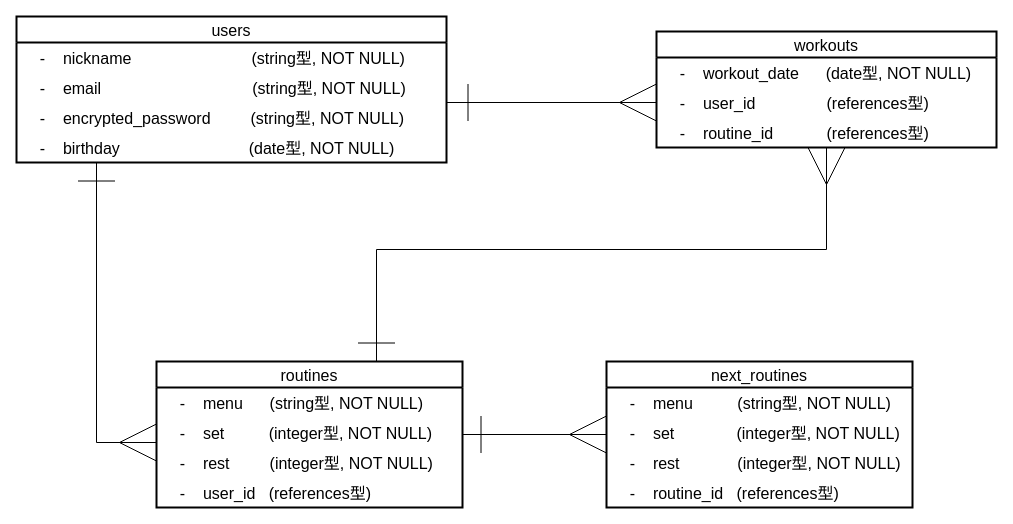
The draw.io diagram ERgraph.dio in Morlley/muscle-time-keeper, before the edit. Source tidied: cells renumbered, new cells numbered last; positions are measured from the earlier drawing's top-left corner, leaving out a move shared by most shapes. Both pictures are drawn from the tidied source at 100%, with x=0, y=0 at pixel (16, 16).
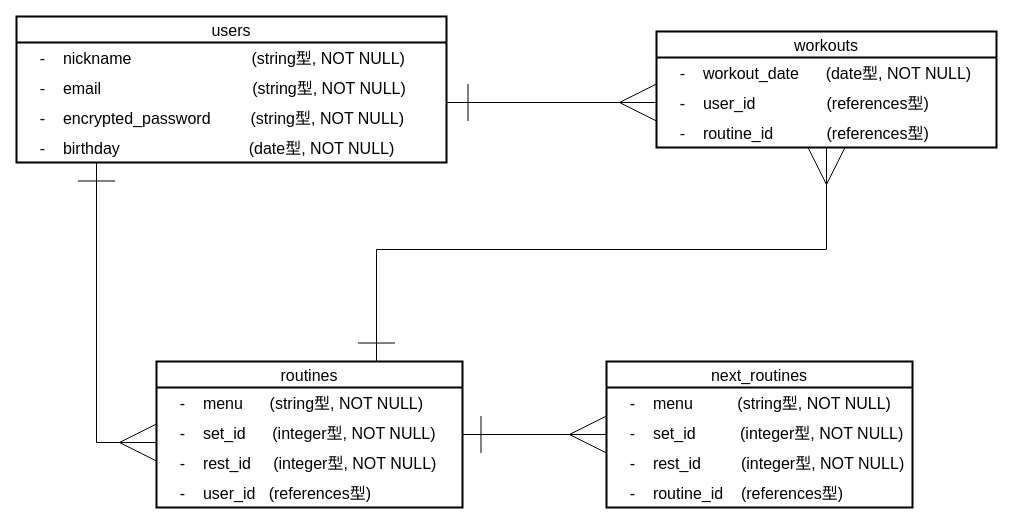
The same page after the edit.

Unchanged cells that the change refers to:
```xml
<mxCell id="13" value="routines" style="swimlane;fontStyle=0;horizontal=1;startSize=26;align=center;fontSize=16;strokeWidth=2;" parent="1" vertex="1">
  <mxGeometry x="140" y="345" width="306" height="146" as="geometry" />
</mxCell>
<mxCell id="19" value="next_routines" style="swimlane;fontStyle=0;horizontal=1;startSize=26;align=center;fontSize=16;strokeWidth=2;" parent="1" vertex="1">
  <mxGeometry x="590" y="345" width="306" height="146" as="geometry" />
</mxCell>
```

What changed in the source:
```diff
@@
-    <mxCell id="15" value="    -    set          (integer型, NOT NULL)" style="text;strokeColor=none;fillColor=none;spacingLeft=4;spacingRight=4;overflow=hidden;fontSize=16;strokeWidth=2;" parent="13" vertex="1">
+    <mxCell id="15" value="    -    set_id      (integer型, NOT NULL)" style="text;strokeColor=none;fillColor=none;spacingLeft=4;spacingRight=4;overflow=hidden;fontSize=16;strokeWidth=2;" parent="13" vertex="1">
       <mxGeometry y="56" width="306" height="30" as="geometry" />
     </mxCell>
-    <mxCell id="16" value="    -    rest         (integer型, NOT NULL)" style="text;strokeColor=none;fillColor=none;spacingLeft=4;spacingRight=4;overflow=hidden;fontSize=16;strokeWidth=2;" parent="13" vertex="1">
+    <mxCell id="16" value="    -    rest_id     (integer型, NOT NULL)" style="text;strokeColor=none;fillColor=none;spacingLeft=4;spacingRight=4;overflow=hidden;fontSize=16;strokeWidth=2;" parent="13" vertex="1">
       <mxGeometry y="86" width="306" height="30" as="geometry" />
     </mxCell>
@@
-    <mxCell id="21" value="    -    set              (integer型, NOT NULL)" style="text;strokeColor=none;fillColor=none;spacingLeft=4;spacingRight=4;overflow=hidden;fontSize=16;strokeWidth=2;" parent="19" vertex="1">
+    <mxCell id="21" value="    -    set_id          (integer型, NOT NULL)" style="text;strokeColor=none;fillColor=none;spacingLeft=4;spacingRight=4;overflow=hidden;fontSize=16;strokeWidth=2;" parent="19" vertex="1">
       <mxGeometry y="56" width="306" height="30" as="geometry" />
     </mxCell>
-    <mxCell id="22" value="    -    rest             (integer型, NOT NULL)" style="text;strokeColor=none;fillColor=none;spacingLeft=4;spacingRight=4;overflow=hidden;fontSize=16;strokeWidth=2;" parent="19" vertex="1">
+    <mxCell id="22" value="    -    rest_id         (integer型, NOT NULL)" style="text;strokeColor=none;fillColor=none;spacingLeft=4;spacingRight=4;overflow=hidden;fontSize=16;strokeWidth=2;" parent="19" vertex="1">
       <mxGeometry y="86" width="306" height="30" as="geometry" />
     </mxCell>
-    <mxCell id="23" value="    -    routine_id   (references型)" style="text;strokeColor=none;fillColor=none;spacingLeft=4;spacingRight=4;overflow=hidden;fontSize=16;strokeWidth=2;" parent="19" vertex="1">
+    <mxCell id="23" value="    -    routine_id    (references型)" style="text;strokeColor=none;fillColor=none;spacingLeft=4;spacingRight=4;overflow=hidden;fontSize=16;strokeWidth=2;" parent="19" vertex="1">
       <mxGeometry y="116" width="306" height="30" as="geometry" />
     </mxCell>
```
